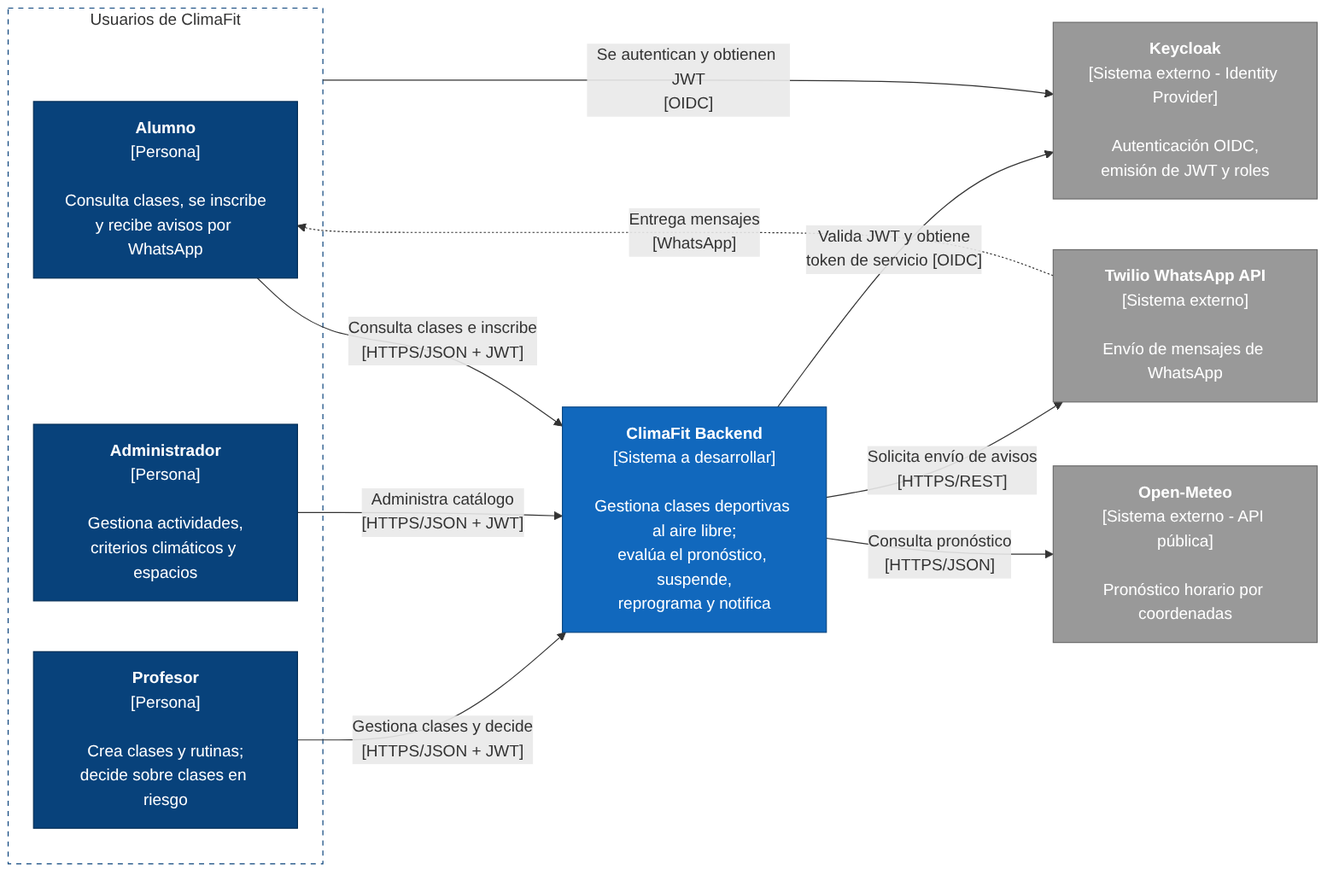
Earlier version of the Mermaid export docs/diagramas/c4-contexto.png (tomy91449/climafit). Its source is kept beside it as docs/diagramas/c4-contexto.mmd.
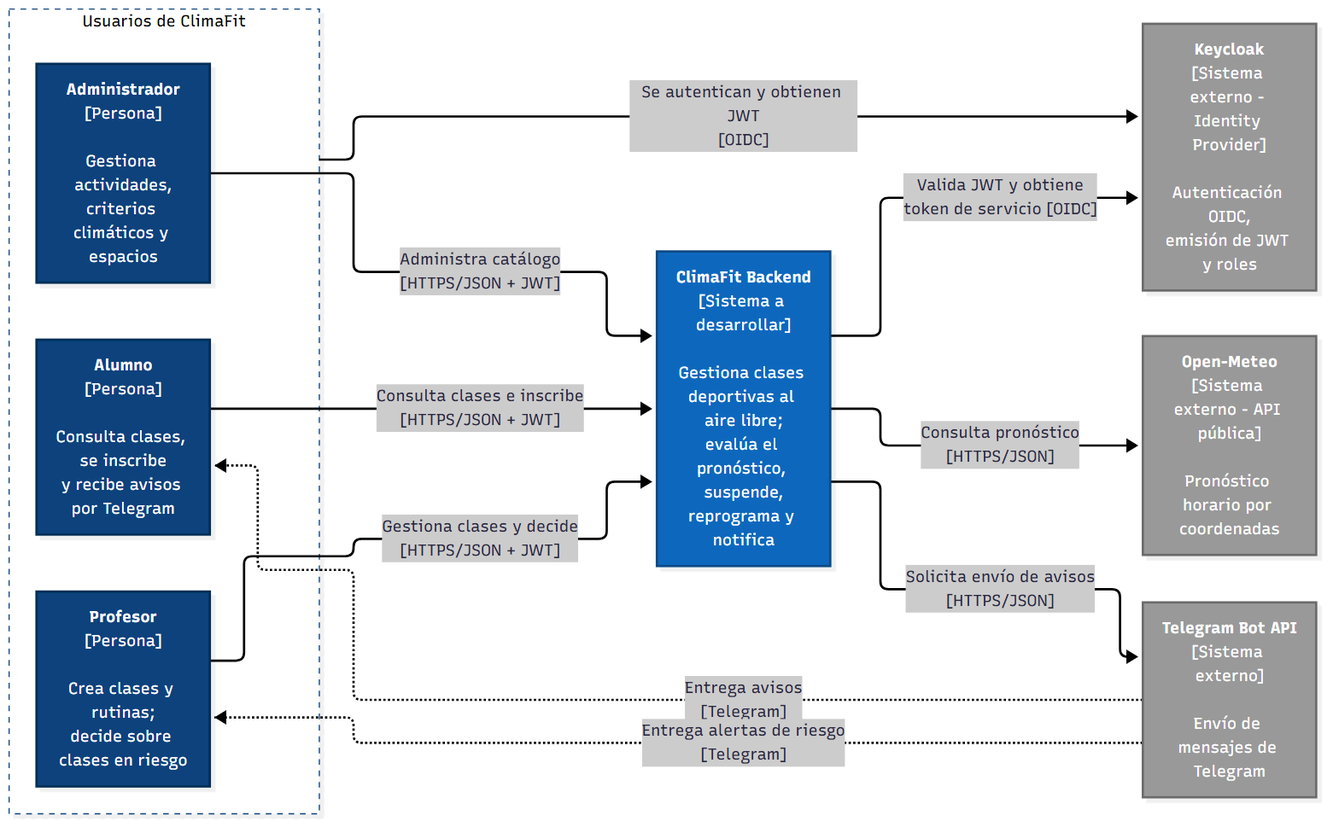
Later version of the same file.

What changed in the source:
```diff
@@ -1,6 +1,6 @@
 flowchart LR
   subgraph usuarios["Usuarios de ClimaFit"]
-  alumno["<b>Alumno</b><br/>[Persona]<br/><br/>Consulta clases, se inscribe<br/>y recibe avisos por WhatsApp"]
+  alumno["<b>Alumno</b><br/>[Persona]<br/><br/>Consulta clases, se inscribe<br/>y recibe avisos por Telegram"]
   profesor["<b>Profesor</b><br/>[Persona]<br/><br/>Crea clases y rutinas;<br/>decide sobre clases en riesgo"]
   admin["<b>Administrador</b><br/>[Persona]<br/><br/>Gestiona actividades,<br/>criterios climáticos y espacios"]
   end
@@ -9,21 +9,22 @@
 
   keycloak["<b>Keycloak</b><br/>[Sistema externo - Identity Provider]<br/><br/>Autenticación OIDC,<br/>emisión de JWT y roles"]
   openmeteo["<b>Open-Meteo</b><br/>[Sistema externo - API pública]<br/><br/>Pronóstico horario por coordenadas"]
-  twilio["<b>Twilio WhatsApp API</b><br/>[Sistema externo]<br/><br/>Envío de mensajes de WhatsApp"]
+  telegram["<b>Telegram Bot API</b><br/>[Sistema externo]<br/><br/>Envío de mensajes de Telegram"]
 
   usuarios -- "Se autentican y obtienen JWT<br/>[OIDC]" --> keycloak
   profesor -- "Gestiona clases y decide<br/>[HTTPS/JSON + JWT]" --> climafit
   admin -- "Administra catálogo<br/>[HTTPS/JSON + JWT]" --> climafit
   alumno -- "Consulta clases e inscribe<br/>[HTTPS/JSON + JWT]" --> climafit
-  climafit -- "Solicita envío de avisos<br/>[HTTPS/REST]" --> twilio
+  climafit -- "Solicita envío de avisos<br/>[HTTPS/JSON]" --> telegram
   climafit -- "Valida JWT y obtiene<br/>token de servicio [OIDC]" --> keycloak
   climafit -- "Consulta pronóstico<br/>[HTTPS/JSON]" --> openmeteo
-  twilio -. "Entrega mensajes<br/>[WhatsApp]" .-> alumno
+  telegram -. "Entrega avisos<br/>[Telegram]" .-> alumno
+  telegram -. "Entrega alertas de riesgo<br/>[Telegram]" .-> profesor
 
   classDef persona fill:#08427b,stroke:#052e56,color:#ffffff
   classDef sistema fill:#1168bd,stroke:#0b4884,color:#ffffff
   classDef externo fill:#999999,stroke:#6b6b6b,color:#ffffff
   class alumno,profesor,admin persona
   class climafit sistema
-  class keycloak,openmeteo,twilio externo
+  class keycloak,openmeteo,telegram externo
   style usuarios fill:#ffffff,stroke:#08427b,stroke-dasharray: 5 5
```
